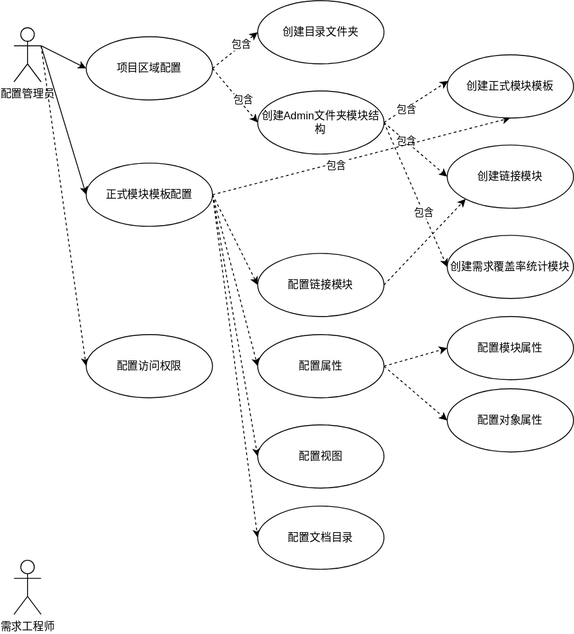
This is UseCase.drawio.svg from Zeyue/DXL-Coverage, a draw.io export, as it was before one commit. Source tidied: cells renumbered, new cells last; positions are measured from the earlier drawing's top-left corner, leaving out a move shared by most shapes.
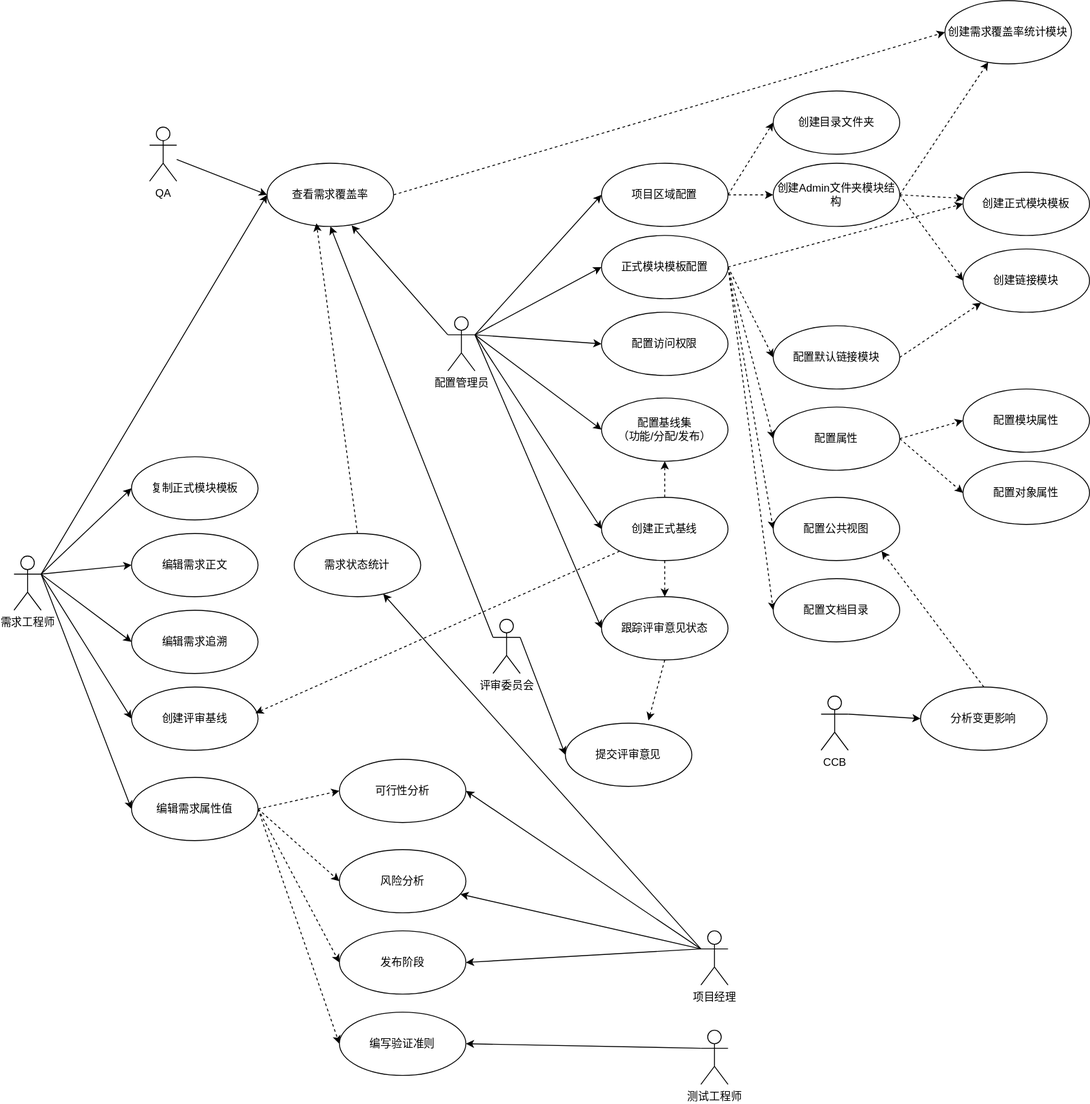
Above is the later version.

Change to the diagram source:
```diff
@@ -5,19 +5,11 @@
     <mxCell id="2" style="edgeStyle=none;html=1;exitX=1;exitY=0.5;exitDx=0;exitDy=0;entryX=0;entryY=0.5;entryDx=0;entryDy=0;dashed=1;" parent="1" edge="1" source="6" target="11">
       <mxGeometry relative="1" as="geometry" />
     </mxCell>
-    <mxCell id="3" value="包含" style="edgeLabel;html=1;align=center;verticalAlign=middle;" parent="2" vertex="1">
-      <mxGeometry x="0.32" relative="1" as="geometry">
-        <mxPoint x="-1" as="offset" />
-      </mxGeometry>
-    </mxCell>
     <mxCell id="4" style="edgeStyle=none;html=1;exitX=1;exitY=0.5;exitDx=0;exitDy=0;entryX=0;entryY=0.5;entryDx=0;entryDy=0;dashed=1;" parent="1" edge="1" source="6" target="18">
       <mxGeometry relative="1" as="geometry" />
     </mxCell>
-    <mxCell id="5" value="包含" style="edgeLabel;html=1;align=center;verticalAlign=middle;" parent="4" vertex="1">
-      <mxGeometry x="0.24" y="4" relative="1" as="geometry" />
-    </mxCell>
     <mxCell id="6" value="项目区域配置" style="ellipse;whiteSpace=wrap;html=1;" parent="1" vertex="1">
-      <mxGeometry x="80" y="40" width="140" height="70" as="geometry" />
+      <mxGeometry x="80" y="100" width="140" height="70" as="geometry" />
     </mxCell>
     <mxCell id="7" style="edgeStyle=none;html=1;exitX=1;exitY=0.3333333333333333;exitDx=0;exitDy=0;exitPerimeter=0;entryX=0;entryY=0.5;entryDx=0;entryDy=0;" parent="1" edge="1" source="10" target="6">
       <mxGeometry relative="1" as="geometry" />
@@ -25,42 +17,42 @@
     <mxCell id="8" style="edgeStyle=none;html=1;exitX=1;exitY=0.3333333333333333;exitDx=0;exitDy=0;exitPerimeter=0;entryX=0;entryY=0.5;entryDx=0;entryDy=0;" parent="1" edge="1" source="10" target="25">
       <mxGeometry relative="1" as="geometry" />
     </mxCell>
-    <mxCell id="9" style="edgeStyle=none;html=1;exitX=1;exitY=0.3333333333333333;exitDx=0;exitDy=0;exitPerimeter=0;entryX=0;entryY=0.5;entryDx=0;entryDy=0;dashed=1;" parent="1" edge="1" source="10" target="38">
+    <mxCell id="9" style="edgeStyle=none;html=1;exitX=1;exitY=0.3333333333333333;exitDx=0;exitDy=0;exitPerimeter=0;entryX=0;entryY=0.5;entryDx=0;entryDy=0;" parent="1" edge="1" source="10" target="38">
       <mxGeometry relative="1" as="geometry" />
     </mxCell>
+    <mxCell id="40" style="edgeStyle=none;html=1;exitX=1;exitY=0.3333333333333333;exitDx=0;exitDy=0;exitPerimeter=0;entryX=0;entryY=0.5;entryDx=0;entryDy=0;" parent="1" edge="1" source="10" target="62">
+      <mxGeometry relative="1" as="geometry" />
+    </mxCell>
+    <mxCell id="41" style="edgeStyle=none;html=1;exitX=1;exitY=0.3333333333333333;exitDx=0;exitDy=0;exitPerimeter=0;entryX=0;entryY=0.5;entryDx=0;entryDy=0;" parent="1" edge="1" source="10" target="68">
+      <mxGeometry relative="1" as="geometry" />
+    </mxCell>
+    <mxCell id="42" style="edgeStyle=none;html=1;exitX=1;exitY=0.3333333333333333;exitDx=0;exitDy=0;exitPerimeter=0;entryX=0;entryY=0.5;entryDx=0;entryDy=0;" parent="1" edge="1" source="10" target="69">
+      <mxGeometry relative="1" as="geometry" />
+    </mxCell>
+    <mxCell id="43" style="edgeStyle=none;html=1;exitX=0;exitY=0.3333333333333333;exitDx=0;exitDy=0;exitPerimeter=0;entryX=0.668;entryY=0.983;entryDx=0;entryDy=0;entryPerimeter=0;" parent="1" edge="1" source="10" target="71">
+      <mxGeometry relative="1" as="geometry" />
+    </mxCell>
     <mxCell id="10" value="配置管理员" style="shape=umlActor;verticalLabelPosition=bottom;verticalAlign=top;html=1;" parent="1" vertex="1">
-      <mxGeometry y="30" width="30" height="60" as="geometry" />
+      <mxGeometry x="-90" y="270" width="30" height="60" as="geometry" />
     </mxCell>
     <mxCell id="11" value="创建目录文件夹" style="ellipse;whiteSpace=wrap;html=1;" parent="1" vertex="1">
-      <mxGeometry x="270" width="140" height="70" as="geometry" />
+      <mxGeometry x="270" y="20" width="140" height="70" as="geometry" />
     </mxCell>
     <mxCell id="12" style="edgeStyle=none;html=1;exitX=1;exitY=0.5;exitDx=0;exitDy=0;entryX=0.007;entryY=0.414;entryDx=0;entryDy=0;entryPerimeter=0;dashed=1;" parent="1" edge="1" source="18" target="26">
       <mxGeometry relative="1" as="geometry" />
     </mxCell>
-    <mxCell id="13" value="包含" style="edgeLabel;html=1;align=center;verticalAlign=middle;" parent="12" vertex="1">
-      <mxGeometry x="-0.32" y="-1" relative="1" as="geometry" />
-    </mxCell>
     <mxCell id="14" style="edgeStyle=none;html=1;exitX=1;exitY=0.5;exitDx=0;exitDy=0;entryX=0;entryY=0.5;entryDx=0;entryDy=0;dashed=1;" parent="1" edge="1" source="18" target="27">
       <mxGeometry relative="1" as="geometry" />
     </mxCell>
-    <mxCell id="15" value="包含" style="edgeLabel;html=1;align=center;verticalAlign=middle;" parent="14" vertex="1">
-      <mxGeometry x="-0.3" relative="1" as="geometry" />
-    </mxCell>
-    <mxCell id="16" style="edgeStyle=none;html=1;exitX=1;exitY=0.5;exitDx=0;exitDy=0;entryX=0;entryY=0.5;entryDx=0;entryDy=0;dashed=1;" parent="1" edge="1" source="18" target="28">
+    <mxCell id="16" style="edgeStyle=none;html=1;exitX=1;exitY=0.5;exitDx=0;exitDy=0;dashed=1;" parent="1" edge="1" source="18" target="28">
       <mxGeometry relative="1" as="geometry" />
     </mxCell>
-    <mxCell id="17" value="包含" style="edgeLabel;html=1;align=center;verticalAlign=middle;" parent="16" vertex="1">
-      <mxGeometry x="0.25" relative="1" as="geometry" />
-    </mxCell>
     <mxCell id="18" value="创建Admin文件夹模块结构" style="ellipse;whiteSpace=wrap;html=1;" parent="1" vertex="1">
       <mxGeometry x="270" y="100" width="140" height="70" as="geometry" />
     </mxCell>
-    <mxCell id="19" style="edgeStyle=none;html=1;exitX=1;exitY=0.5;exitDx=0;exitDy=0;entryX=0.5;entryY=1;entryDx=0;entryDy=0;dashed=1;" parent="1" edge="1" source="25" target="26">
+    <mxCell id="19" style="edgeStyle=none;html=1;exitX=1;exitY=0.5;exitDx=0;exitDy=0;entryX=0;entryY=0.5;entryDx=0;entryDy=0;dashed=1;" parent="1" edge="1" source="25" target="26">
       <mxGeometry relative="1" as="geometry" />
     </mxCell>
-    <mxCell id="20" value="包含" style="edgeLabel;html=1;align=center;verticalAlign=middle;" parent="19" vertex="1">
-      <mxGeometry x="-0.18" y="-2" relative="1" as="geometry" />
-    </mxCell>
     <mxCell id="21" style="edgeStyle=none;html=1;exitX=1;exitY=0.5;exitDx=0;exitDy=0;entryX=0;entryY=0.5;entryDx=0;entryDy=0;dashed=1;" parent="1" edge="1" source="25" target="33">
       <mxGeometry relative="1" as="geometry" />
     </mxCell>
@@ -77,13 +69,13 @@
       <mxGeometry x="80" y="180" width="140" height="70" as="geometry" />
     </mxCell>
     <mxCell id="26" value="创建正式模块模板" style="ellipse;whiteSpace=wrap;html=1;" parent="1" vertex="1">
-      <mxGeometry x="480" y="60" width="140" height="70" as="geometry" />
+      <mxGeometry x="480" y="110" width="140" height="70" as="geometry" />
     </mxCell>
     <mxCell id="27" value="创建链接模块" style="ellipse;whiteSpace=wrap;html=1;" parent="1" vertex="1">
-      <mxGeometry x="480" y="160" width="140" height="70" as="geometry" />
+      <mxGeometry x="480" y="195" width="140" height="70" as="geometry" />
     </mxCell>
     <mxCell id="28" value="创建需求覆盖率统计模块" style="ellipse;whiteSpace=wrap;html=1;" parent="1" vertex="1">
-      <mxGeometry x="480" y="260" width="140" height="70" as="geometry" />
+      <mxGeometry x="460" y="-80" width="140" height="70" as="geometry" />
     </mxCell>
     <mxCell id="29" value="配置模块属性" style="ellipse;whiteSpace=wrap;html=1;" parent="1" vertex="1">
       <mxGeometry x="480" y="350" width="140" height="70" as="geometry" />
@@ -100,23 +92,164 @@
     <mxCell id="33" value="配置属性" style="ellipse;whiteSpace=wrap;html=1;" parent="1" vertex="1">
       <mxGeometry x="270" y="370" width="140" height="70" as="geometry" />
     </mxCell>
-    <mxCell id="34" value="配置视图" style="ellipse;whiteSpace=wrap;html=1;" parent="1" vertex="1">
+    <mxCell id="34" value="配置公共视图" style="ellipse;whiteSpace=wrap;html=1;" parent="1" vertex="1">
       <mxGeometry x="270" y="470" width="140" height="70" as="geometry" />
     </mxCell>
     <mxCell id="35" style="edgeStyle=none;html=1;exitX=1;exitY=0.5;exitDx=0;exitDy=0;entryX=0;entryY=1;entryDx=0;entryDy=0;dashed=1;" parent="1" edge="1" source="36" target="27">
       <mxGeometry relative="1" as="geometry" />
     </mxCell>
-    <mxCell id="36" value="配置链接模块" style="ellipse;whiteSpace=wrap;html=1;" parent="1" vertex="1">
+    <mxCell id="36" value="配置默认链接模块" style="ellipse;whiteSpace=wrap;html=1;" parent="1" vertex="1">
       <mxGeometry x="270" y="280" width="140" height="70" as="geometry" />
     </mxCell>
     <mxCell id="37" value="配置文档目录" style="ellipse;whiteSpace=wrap;html=1;" parent="1" vertex="1">
       <mxGeometry x="270" y="560" width="140" height="70" as="geometry" />
     </mxCell>
     <mxCell id="38" value="配置访问权限" style="ellipse;whiteSpace=wrap;html=1;" parent="1" vertex="1">
-      <mxGeometry x="80" y="370" width="140" height="70" as="geometry" />
+      <mxGeometry x="80" y="265" width="140" height="70" as="geometry" />
     </mxCell>
+    <mxCell id="44" style="edgeStyle=none;html=1;exitX=1;exitY=0.3333333333333333;exitDx=0;exitDy=0;exitPerimeter=0;entryX=0;entryY=0.5;entryDx=0;entryDy=0;" parent="1" edge="1" source="39" target="50">
+      <mxGeometry relative="1" as="geometry" />
+    </mxCell>
+    <mxCell id="45" style="edgeStyle=none;html=1;exitX=1;exitY=0.3333333333333333;exitDx=0;exitDy=0;exitPerimeter=0;entryX=0;entryY=0.5;entryDx=0;entryDy=0;" parent="1" edge="1" source="39" target="51">
+      <mxGeometry relative="1" as="geometry" />
+    </mxCell>
+    <mxCell id="46" style="edgeStyle=none;html=1;exitX=1;exitY=0.3333333333333333;exitDx=0;exitDy=0;exitPerimeter=0;entryX=0;entryY=0.5;entryDx=0;entryDy=0;" parent="1" edge="1" source="39" target="56">
+      <mxGeometry relative="1" as="geometry" />
+    </mxCell>
+    <mxCell id="47" style="edgeStyle=none;html=1;exitX=1;exitY=0.3333333333333333;exitDx=0;exitDy=0;exitPerimeter=0;entryX=0;entryY=0.5;entryDx=0;entryDy=0;" parent="1" edge="1" source="39" target="57">
+      <mxGeometry relative="1" as="geometry" />
+    </mxCell>
+    <mxCell id="48" style="edgeStyle=none;html=1;exitX=1;exitY=0.3333333333333333;exitDx=0;exitDy=0;exitPerimeter=0;entryX=0;entryY=0.5;entryDx=0;entryDy=0;" parent="1" edge="1" source="39" target="58">
+      <mxGeometry relative="1" as="geometry" />
+    </mxCell>
+    <mxCell id="49" style="edgeStyle=none;html=1;exitX=1;exitY=0.3333333333333333;exitDx=0;exitDy=0;exitPerimeter=0;entryX=0;entryY=0.5;entryDx=0;entryDy=0;" parent="1" edge="1" source="39" target="71">
+      <mxGeometry relative="1" as="geometry" />
+    </mxCell>
     <mxCell id="39" value="需求工程师" style="shape=umlActor;verticalLabelPosition=bottom;verticalAlign=top;html=1;" parent="1" vertex="1">
-      <mxGeometry y="620" width="30" height="60" as="geometry" />
+      <mxGeometry x="-570" y="535" width="30" height="60" as="geometry" />
     </mxCell>
+    <mxCell id="50" value="复制正式模块模板" style="ellipse;whiteSpace=wrap;html=1;" parent="1" vertex="1">
+      <mxGeometry x="-440" y="425" width="140" height="70" as="geometry" />
+    </mxCell>
+    <mxCell id="51" value="编辑需求正文" style="ellipse;whiteSpace=wrap;html=1;" parent="1" vertex="1">
+      <mxGeometry x="-440" y="510" width="140" height="70" as="geometry" />
+    </mxCell>
+    <mxCell id="52" style="edgeStyle=none;html=1;exitX=1;exitY=0.5;exitDx=0;exitDy=0;entryX=0;entryY=0.5;entryDx=0;entryDy=0;dashed=1;" parent="1" edge="1" source="56" target="87">
+      <mxGeometry relative="1" as="geometry" />
+    </mxCell>
+    <mxCell id="53" style="edgeStyle=none;html=1;exitX=1;exitY=0.5;exitDx=0;exitDy=0;entryX=0;entryY=0.5;entryDx=0;entryDy=0;dashed=1;" parent="1" edge="1" source="56" target="88">
+      <mxGeometry relative="1" as="geometry" />
+    </mxCell>
+    <mxCell id="54" style="edgeStyle=none;html=1;exitX=1;exitY=0.5;exitDx=0;exitDy=0;entryX=0;entryY=0.5;entryDx=0;entryDy=0;dashed=1;" parent="1" edge="1" source="56" target="89">
+      <mxGeometry relative="1" as="geometry" />
+    </mxCell>
+    <mxCell id="55" style="edgeStyle=none;html=1;exitX=1;exitY=0.5;exitDx=0;exitDy=0;entryX=0;entryY=0.5;entryDx=0;entryDy=0;dashed=1;" parent="1" edge="1" source="56" target="90">
+      <mxGeometry relative="1" as="geometry" />
+    </mxCell>
+    <mxCell id="56" value="编辑需求属性值" style="ellipse;whiteSpace=wrap;html=1;" parent="1" vertex="1">
+      <mxGeometry x="-440" y="780" width="140" height="70" as="geometry" />
+    </mxCell>
+    <mxCell id="57" value="编辑需求追溯" style="ellipse;whiteSpace=wrap;html=1;" parent="1" vertex="1">
+      <mxGeometry x="-440" y="595" width="140" height="70" as="geometry" />
+    </mxCell>
+    <mxCell id="58" value="创建评审基线" style="ellipse;whiteSpace=wrap;html=1;" parent="1" vertex="1">
+      <mxGeometry x="-440" y="680" width="140" height="70" as="geometry" />
+    </mxCell>
+    <mxCell id="59" style="edgeStyle=none;html=1;exitX=0.5;exitY=1;exitDx=0;exitDy=0;entryX=0.5;entryY=0;entryDx=0;entryDy=0;dashed=1;" parent="1" edge="1" source="62" target="68">
+      <mxGeometry relative="1" as="geometry" />
+    </mxCell>
+    <mxCell id="60" style="edgeStyle=none;html=1;exitX=0;exitY=1;exitDx=0;exitDy=0;entryX=0.979;entryY=0.414;entryDx=0;entryDy=0;entryPerimeter=0;dashed=1;" parent="1" edge="1" source="62" target="58">
+      <mxGeometry relative="1" as="geometry" />
+    </mxCell>
+    <mxCell id="61" style="edgeStyle=none;html=1;exitX=0.5;exitY=0;exitDx=0;exitDy=0;entryX=0.5;entryY=1;entryDx=0;entryDy=0;dashed=1;" parent="1" edge="1" source="62" target="69">
+      <mxGeometry relative="1" as="geometry" />
+    </mxCell>
+    <mxCell id="62" value="创建正式基线" style="ellipse;whiteSpace=wrap;html=1;" parent="1" vertex="1">
+      <mxGeometry x="80" y="470" width="140" height="70" as="geometry" />
+    </mxCell>
+    <mxCell id="63" style="edgeStyle=none;html=1;exitX=1;exitY=0.3333333333333333;exitDx=0;exitDy=0;exitPerimeter=0;entryX=0;entryY=0.5;entryDx=0;entryDy=0;" parent="1" edge="1" source="65" target="66">
+      <mxGeometry relative="1" as="geometry" />
+    </mxCell>
+    <mxCell id="64" style="edgeStyle=none;html=1;exitX=0;exitY=0.3333333333333333;exitDx=0;exitDy=0;exitPerimeter=0;entryX=0.5;entryY=1;entryDx=0;entryDy=0;" parent="1" edge="1" source="65" target="71">
+      <mxGeometry relative="1" as="geometry" />
+    </mxCell>
+    <mxCell id="65" value="评审委员会" style="shape=umlActor;verticalLabelPosition=bottom;verticalAlign=top;html=1;" parent="1" vertex="1">
+      <mxGeometry x="-40" y="605" width="30" height="60" as="geometry" />
+    </mxCell>
+    <mxCell id="66" value="提交评审意见" style="ellipse;whiteSpace=wrap;html=1;" parent="1" vertex="1">
+      <mxGeometry x="40" y="720" width="140" height="70" as="geometry" />
+    </mxCell>
+    <mxCell id="67" style="edgeStyle=none;html=1;exitX=0.5;exitY=1;exitDx=0;exitDy=0;entryX=0.657;entryY=-0.043;entryDx=0;entryDy=0;entryPerimeter=0;dashed=1;" parent="1" edge="1" source="68" target="66">
+      <mxGeometry relative="1" as="geometry" />
+    </mxCell>
+    <mxCell id="68" value="跟踪评审意见状态" style="ellipse;whiteSpace=wrap;html=1;" parent="1" vertex="1">
+      <mxGeometry x="80" y="580" width="140" height="70" as="geometry" />
+    </mxCell>
+    <mxCell id="69" value="配置基线集&lt;br&gt;（功能/分配/发布）" style="ellipse;whiteSpace=wrap;html=1;" parent="1" vertex="1">
+      <mxGeometry x="80" y="360" width="140" height="70" as="geometry" />
+    </mxCell>
+    <mxCell id="70" style="edgeStyle=none;html=1;exitX=1;exitY=0.5;exitDx=0;exitDy=0;entryX=0;entryY=0.5;entryDx=0;entryDy=0;dashed=1;" parent="1" edge="1" source="71" target="28">
+      <mxGeometry relative="1" as="geometry" />
+    </mxCell>
+    <mxCell id="71" value="查看需求覆盖率" style="ellipse;whiteSpace=wrap;html=1;" parent="1" vertex="1">
+      <mxGeometry x="-290" y="100" width="140" height="70" as="geometry" />
+    </mxCell>
+    <mxCell id="72" style="edgeStyle=none;html=1;entryX=0;entryY=0.5;entryDx=0;entryDy=0;" parent="1" edge="1" source="73" target="71">
+      <mxGeometry relative="1" as="geometry" />
+    </mxCell>
+    <mxCell id="73" value="QA" style="shape=umlActor;verticalLabelPosition=bottom;verticalAlign=top;html=1;" parent="1" vertex="1">
+      <mxGeometry x="-420" y="60" width="30" height="60" as="geometry" />
+    </mxCell>
+    <mxCell id="74" style="edgeStyle=none;html=1;exitX=1;exitY=0.3333333333333333;exitDx=0;exitDy=0;exitPerimeter=0;entryX=0;entryY=0.5;entryDx=0;entryDy=0;" parent="1" edge="1" source="75" target="77">
+      <mxGeometry relative="1" as="geometry" />
+    </mxCell>
+    <mxCell id="75" value="CCB" style="shape=umlActor;verticalLabelPosition=bottom;verticalAlign=top;html=1;" parent="1" vertex="1">
+      <mxGeometry x="323" y="690" width="30" height="60" as="geometry" />
+    </mxCell>
+    <mxCell id="76" style="edgeStyle=none;html=1;exitX=0.5;exitY=0;exitDx=0;exitDy=0;entryX=1;entryY=1;entryDx=0;entryDy=0;dashed=1;" parent="1" edge="1" source="77" target="34">
+      <mxGeometry relative="1" as="geometry" />
+    </mxCell>
+    <mxCell id="77" value="分析变更影响" style="ellipse;whiteSpace=wrap;html=1;" parent="1" vertex="1">
+      <mxGeometry x="433" y="680" width="140" height="70" as="geometry" />
+    </mxCell>
+    <mxCell id="78" style="edgeStyle=none;html=1;exitX=0;exitY=0.3333333333333333;exitDx=0;exitDy=0;exitPerimeter=0;" parent="1" edge="1" source="82" target="84">
+      <mxGeometry relative="1" as="geometry" />
+    </mxCell>
+    <mxCell id="79" style="edgeStyle=none;html=1;exitX=0;exitY=0.3333333333333333;exitDx=0;exitDy=0;exitPerimeter=0;entryX=1;entryY=0.5;entryDx=0;entryDy=0;" parent="1" edge="1" source="82" target="88">
+      <mxGeometry relative="1" as="geometry" />
+    </mxCell>
+    <mxCell id="80" style="edgeStyle=none;html=1;exitX=0;exitY=0.3333333333333333;exitDx=0;exitDy=0;exitPerimeter=0;" parent="1" edge="1" source="82" target="89">
+      <mxGeometry relative="1" as="geometry" />
+    </mxCell>
+    <mxCell id="81" style="edgeStyle=none;html=1;exitX=0;exitY=0.3333333333333333;exitDx=0;exitDy=0;exitPerimeter=0;entryX=1;entryY=0.5;entryDx=0;entryDy=0;" parent="1" edge="1" source="82" target="90">
+      <mxGeometry relative="1" as="geometry" />
+    </mxCell>
+    <mxCell id="82" value="项目经理" style="shape=umlActor;verticalLabelPosition=bottom;verticalAlign=top;html=1;" parent="1" vertex="1">
+      <mxGeometry x="190" y="950" width="30" height="60" as="geometry" />
+    </mxCell>
+    <mxCell id="83" style="edgeStyle=none;html=1;exitX=0.5;exitY=0;exitDx=0;exitDy=0;entryX=0.39;entryY=0.95;entryDx=0;entryDy=0;entryPerimeter=0;dashed=1;" parent="1" edge="1" source="84" target="71">
+      <mxGeometry relative="1" as="geometry" />
+    </mxCell>
+    <mxCell id="84" value="需求状态统计" style="ellipse;whiteSpace=wrap;html=1;" parent="1" vertex="1">
+      <mxGeometry x="-260" y="510" width="140" height="70" as="geometry" />
+    </mxCell>
+    <mxCell id="85" style="edgeStyle=none;html=1;exitX=0;exitY=0.3333333333333333;exitDx=0;exitDy=0;exitPerimeter=0;entryX=1;entryY=0.5;entryDx=0;entryDy=0;" parent="1" edge="1" source="86" target="87">
+      <mxGeometry relative="1" as="geometry" />
+    </mxCell>
+    <mxCell id="86" value="测试工程师" style="shape=umlActor;verticalLabelPosition=bottom;verticalAlign=top;html=1;" parent="1" vertex="1">
+      <mxGeometry x="190" y="1060" width="30" height="60" as="geometry" />
+    </mxCell>
+    <mxCell id="87" value="编写验证准则" style="ellipse;whiteSpace=wrap;html=1;" parent="1" vertex="1">
+      <mxGeometry x="-210" y="1040" width="140" height="70" as="geometry" />
+    </mxCell>
+    <mxCell id="88" value="可行性分析" style="ellipse;whiteSpace=wrap;html=1;" parent="1" vertex="1">
+      <mxGeometry x="-210" y="760" width="140" height="70" as="geometry" />
+    </mxCell>
+    <mxCell id="89" value="风险分析" style="ellipse;whiteSpace=wrap;html=1;" parent="1" vertex="1">
+      <mxGeometry x="-210" y="860" width="140" height="70" as="geometry" />
+    </mxCell>
+    <mxCell id="90" value="发布阶段" style="ellipse;whiteSpace=wrap;html=1;" parent="1" vertex="1">
+      <mxGeometry x="-210" y="950" width="140" height="70" as="geometry" />
+    </mxCell>
   </root>
 </mxGraphModel>
```
